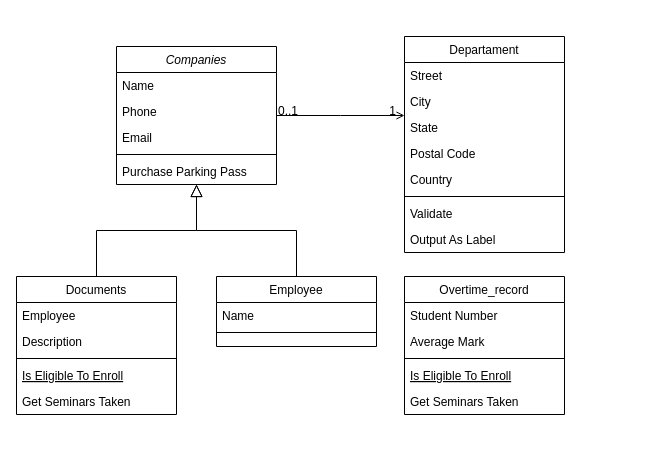
Before: Diagrama sem nome.drawio in lucashfernandes91/hr-management, a draw.io diagram. Source tidied: cells renumbered, new cells numbered last; positions are measured from the earlier drawing's top-left corner, leaving out a move shared by most shapes. Both pictures are drawn from the tidied source at 100%, with x=0, y=0 at pixel (16, 36).
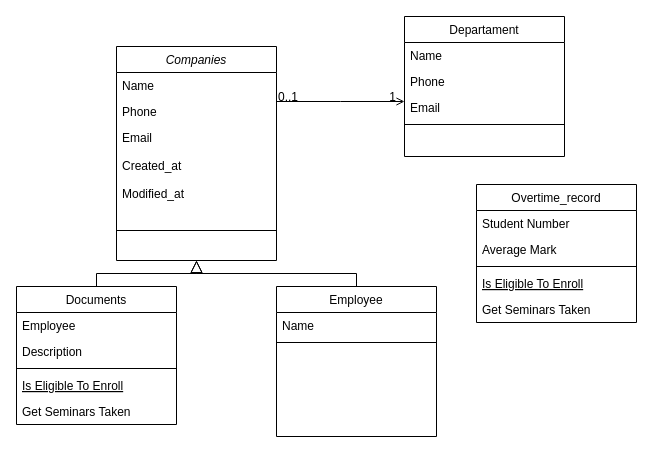
Above is the later version.

Change to the diagram source:
```diff
@@
     <mxCell id="2" value="Companies" style="swimlane;fontStyle=2;align=center;verticalAlign=top;horizontal=1;startSize=26;rounded=0;shadow=0;strokeWidth=1;" parent="1" vertex="1">
-      <mxGeometry x="100" y="10" width="160" height="138" as="geometry" />
+      <mxGeometry x="100" y="10" width="160" height="214" as="geometry" />
     </mxCell>
@@
-    <mxCell id="5" value="Email&#10;" style="text;align=left;verticalAlign=top;spacingLeft=4;spacingRight=4;overflow=hidden;rounded=0;shadow=0;html=0;" parent="2" vertex="1">
-      <mxGeometry y="78" width="160" height="26" as="geometry" />
+    <mxCell id="5" value="Email&#10;&#10;Created_at&#10;&#10;Modified_at " style="text;align=left;verticalAlign=top;spacingLeft=4;spacingRight=4;overflow=hidden;rounded=0;shadow=0;html=0;" parent="2" vertex="1">
+      <mxGeometry y="78" width="160" height="102" as="geometry" />
     </mxCell>
     <mxCell id="6" style="line;html=1;strokeWidth=1;align=left;verticalAlign=middle;spacingTop=-1;spacingLeft=3;spacingRight=3;labelPosition=right;" parent="2" vertex="1">
-      <mxGeometry y="104" width="160" height="8" as="geometry" />
+      <mxGeometry y="180" width="160" height="8" as="geometry" />
     </mxCell>
-    <mxCell id="7" value="Purchase Parking Pass" style="text;align=left;verticalAlign=top;spacingLeft=4;spacingRight=4;overflow=hidden;" parent="2" vertex="1">
-      <mxGeometry y="112" width="160" height="26" as="geometry" />
-    </mxCell>
     <mxCell id="8" value="Documents&#10;" style="swimlane;fontStyle=0;align=center;verticalAlign=top;horizontal=1;startSize=26;rounded=0;shadow=0;strokeWidth=1;" parent="1" vertex="1">
-      <mxGeometry y="240" width="160" height="138" as="geometry" />
+      <mxGeometry y="250" width="160" height="138" as="geometry" />
     </mxCell>
@@
     <mxCell id="15" value="Employee&#10;" style="swimlane;fontStyle=0;align=center;verticalAlign=top;horizontal=1;startSize=26;rounded=0;shadow=0;strokeWidth=1;" parent="1" vertex="1">
-      <mxGeometry x="200" y="240" width="160" height="70" as="geometry" />
+      <mxGeometry x="260" y="250" width="160" height="150" as="geometry" />
     </mxCell>
@@
     <mxCell id="19" value="Departament&#10;" style="swimlane;fontStyle=0;align=center;verticalAlign=top;horizontal=1;startSize=26;rounded=0;shadow=0;strokeWidth=1;" parent="1" vertex="1">
-      <mxGeometry x="388" width="160" height="216" as="geometry" />
+      <mxGeometry x="388" y="-20" width="160" height="140" as="geometry" />
     </mxCell>
-    <mxCell id="20" value="Street" style="text;align=left;verticalAlign=top;spacingLeft=4;spacingRight=4;overflow=hidden;" parent="19" vertex="1">
+    <mxCell id="20" value="Name" style="text;align=left;verticalAlign=top;spacingLeft=4;spacingRight=4;overflow=hidden;" parent="19" vertex="1">
       <mxGeometry y="26" width="160" height="26" as="geometry" />
     </mxCell>
-    <mxCell id="21" value="City" style="text;align=left;verticalAlign=top;spacingLeft=4;spacingRight=4;overflow=hidden;rounded=0;shadow=0;html=0;" parent="19" vertex="1">
+    <mxCell id="21" value="Phone" style="text;align=left;verticalAlign=top;spacingLeft=4;spacingRight=4;overflow=hidden;rounded=0;shadow=0;html=0;" parent="19" vertex="1">
       <mxGeometry y="52" width="160" height="26" as="geometry" />
     </mxCell>
-    <mxCell id="22" value="State" style="text;align=left;verticalAlign=top;spacingLeft=4;spacingRight=4;overflow=hidden;rounded=0;shadow=0;html=0;" parent="19" vertex="1">
+    <mxCell id="22" value="Email" style="text;align=left;verticalAlign=top;spacingLeft=4;spacingRight=4;overflow=hidden;rounded=0;shadow=0;html=0;" parent="19" vertex="1">
       <mxGeometry y="78" width="160" height="26" as="geometry" />
     </mxCell>
-    <mxCell id="23" value="Postal Code" style="text;align=left;verticalAlign=top;spacingLeft=4;spacingRight=4;overflow=hidden;rounded=0;shadow=0;html=0;" parent="19" vertex="1">
-      <mxGeometry y="104" width="160" height="26" as="geometry" />
-    </mxCell>
-    <mxCell id="24" value="Country" style="text;align=left;verticalAlign=top;spacingLeft=4;spacingRight=4;overflow=hidden;rounded=0;shadow=0;html=0;" parent="19" vertex="1">
-      <mxGeometry y="130" width="160" height="26" as="geometry" />
-    </mxCell>
     <mxCell id="25" style="line;html=1;strokeWidth=1;align=left;verticalAlign=middle;spacingTop=-1;spacingLeft=3;spacingRight=3;labelPosition=right;" parent="19" vertex="1">
-      <mxGeometry y="156" width="160" height="8" as="geometry" />
+      <mxGeometry y="104" width="160" height="8" as="geometry" />
     </mxCell>
-    <mxCell id="26" value="Validate" style="text;align=left;verticalAlign=top;spacingLeft=4;spacingRight=4;overflow=hidden;" parent="19" vertex="1">
-      <mxGeometry y="164" width="160" height="26" as="geometry" />
-    </mxCell>
-    <mxCell id="27" value="Output As Label" style="text;align=left;verticalAlign=top;spacingLeft=4;spacingRight=4;overflow=hidden;" parent="19" vertex="1">
-      <mxGeometry y="190" width="160" height="26" as="geometry" />
-    </mxCell>
@@
     <mxCell id="31" value="Overtime_record" style="swimlane;fontStyle=0;align=center;verticalAlign=top;horizontal=1;startSize=26;rounded=0;shadow=0;strokeWidth=1;" parent="1" vertex="1">
-      <mxGeometry x="388" y="240" width="160" height="138" as="geometry" />
+      <mxGeometry x="460" y="148" width="160" height="138" as="geometry" />
     </mxCell>
```
